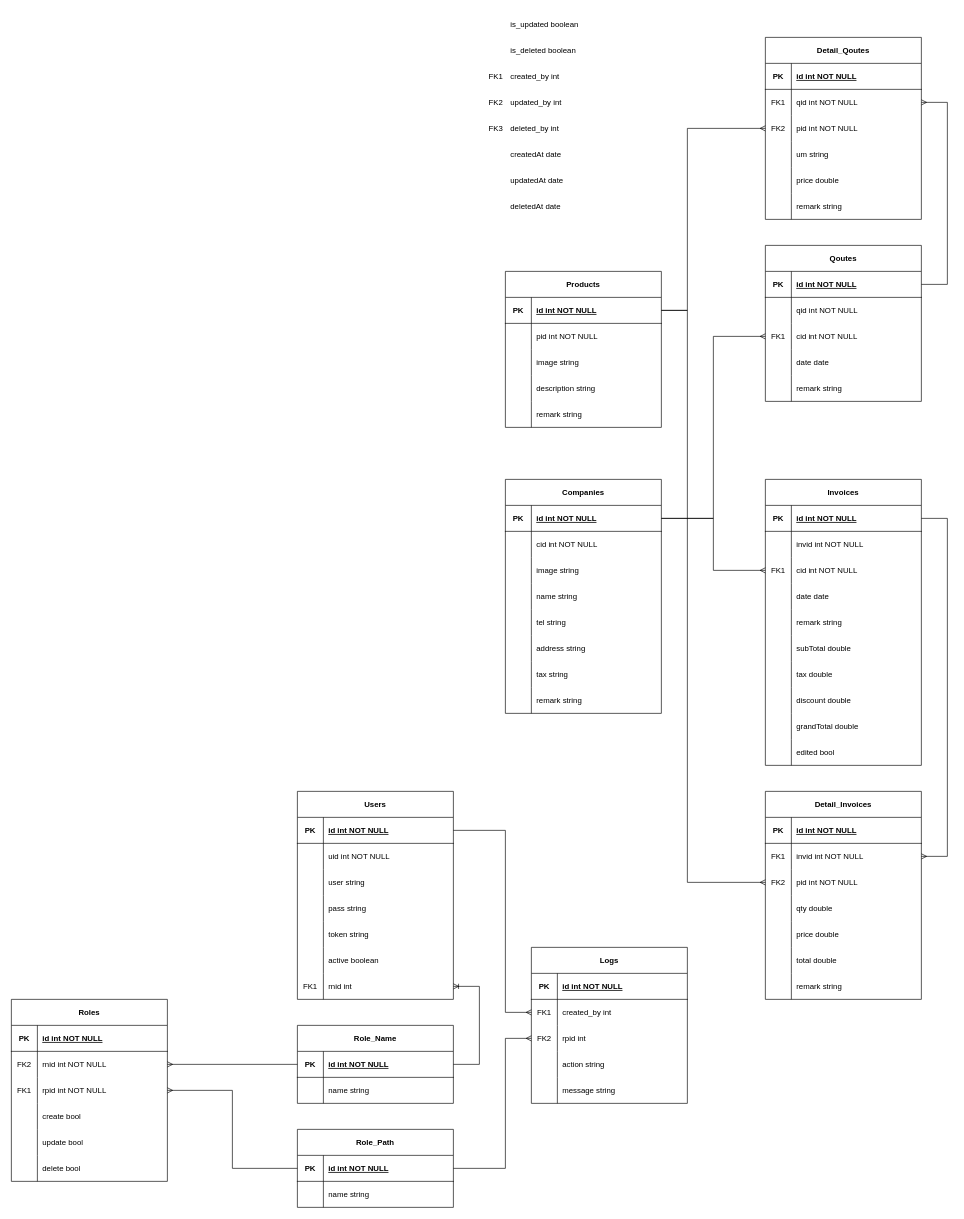
sambath393/express-mysql keeps this draw.io diagram as SPDB.drawio. Above is the earlier version. Source tidied: cells renumbered, new cells numbered last; positions are measured from the earlier drawing's top-left corner, leaving out a move shared by most shapes. Both pictures are drawn from the tidied source at 65%, with x=0, y=0 at pixel (11, 11).
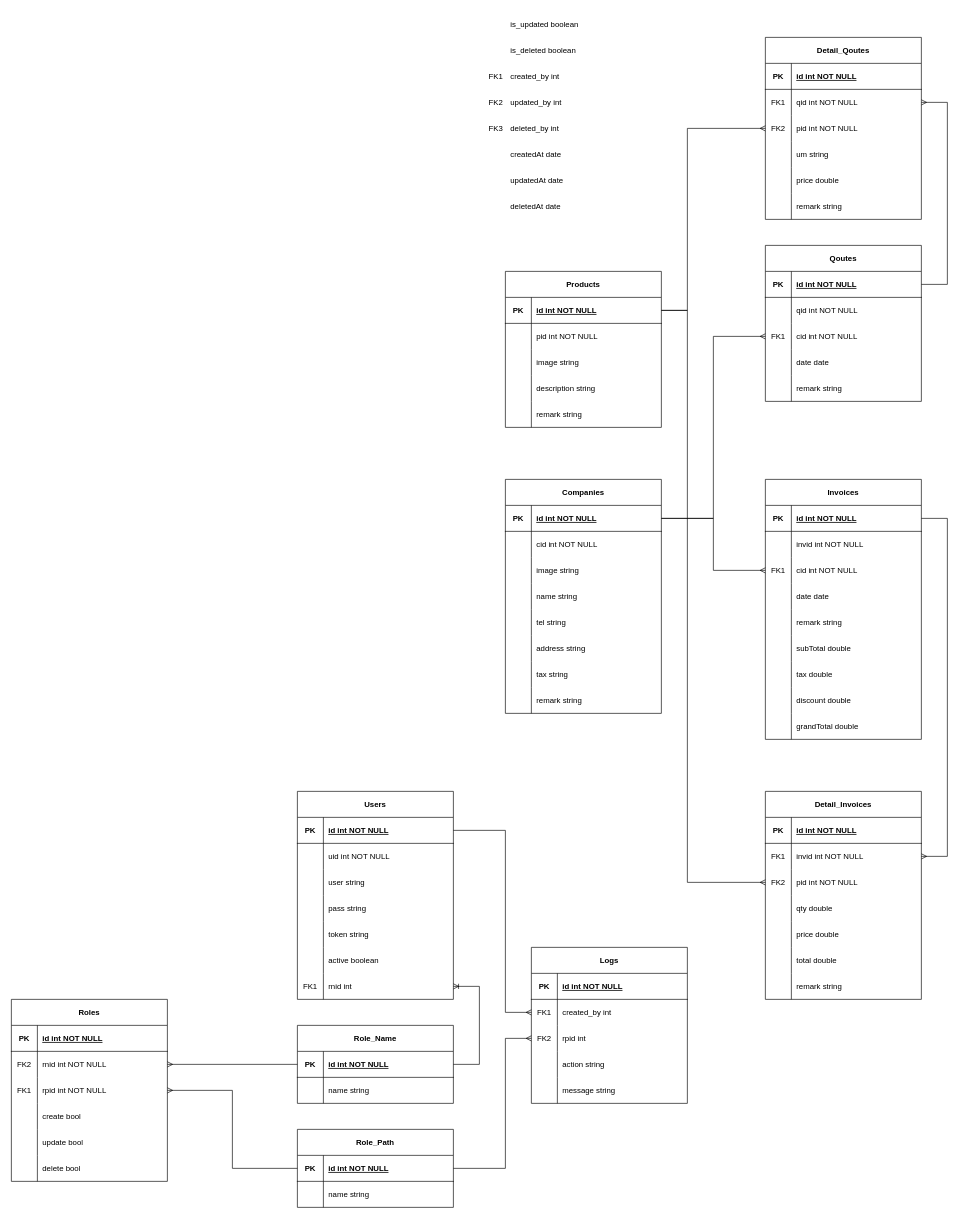
Above is the later version.

The edit, as a diff of the source:
```diff
@@
     <mxCell id="66" value="Invoices" style="shape=table;startSize=40;childLayout=tableLayout;rowLines=0;fontStyle=1;align=center;" parent="1" vertex="1">
-      <mxGeometry x="1160" y="720" width="240" height="440" as="geometry" />
+      <mxGeometry x="1160" y="720" width="240" height="400" as="geometry" />
     </mxCell>
@@
-    <mxCell id="94" style="shape=partialRectangle;fillColor=none;top=0;left=0;right=0;bottom=0;" parent="66" vertex="1">
-      <mxGeometry y="400" width="240" height="40" as="geometry" />
-    </mxCell>
-    <mxCell id="95" style="shape=partialRectangle;overflow=hidden;fillColor=none;top=0;left=0;bottom=0;right=0;" parent="94" vertex="1">
-      <mxGeometry width="40" height="40" as="geometry" />
-    </mxCell>
-    <mxCell id="96" value="edited bool" style="shape=partialRectangle;overflow=hidden;fillColor=none;top=0;left=0;bottom=0;right=0;align=left;spacingLeft=6;" parent="94" vertex="1">
-      <mxGeometry x="40" width="200" height="40" as="geometry" />
-    </mxCell>
```
